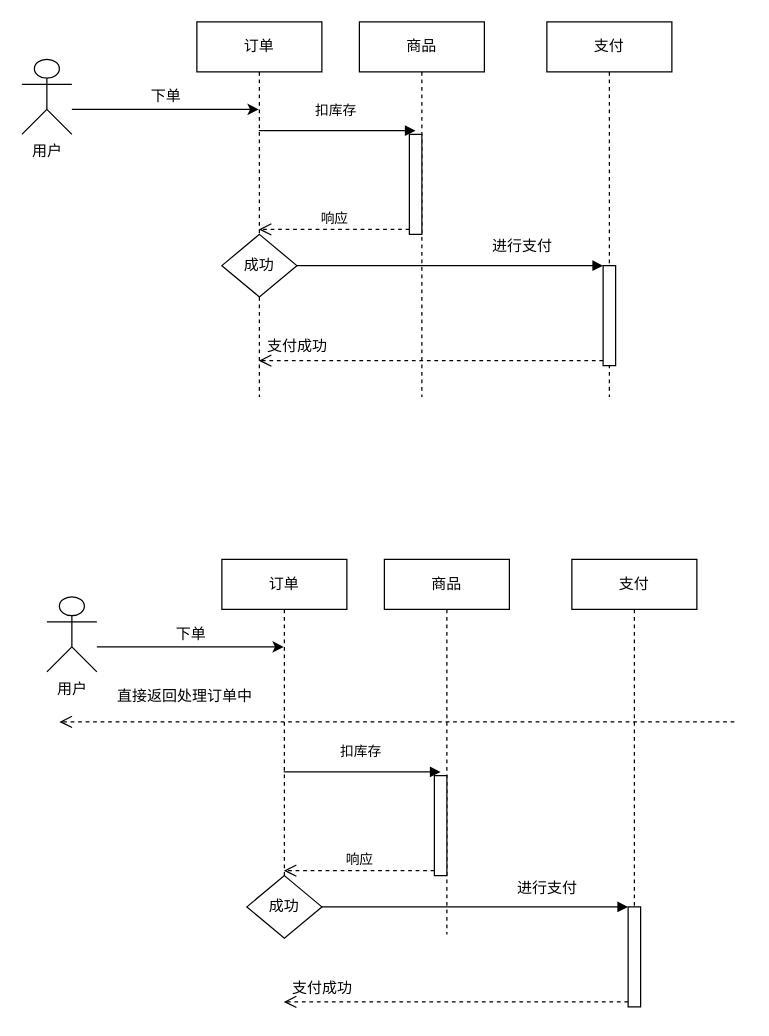
coderwenq/coderwenq.github.io keeps this draw.io diagram as page "Page-1" (1 of 2) of about.assets/Untitled Diagram.drawio. Above is the earlier version. Source tidied: cells renumbered, new cells numbered last; positions are measured from the earlier drawing's top-left corner, leaving out a move shared by most shapes. Both pictures are drawn from the tidied source at 125%, with x=0, y=0 at pixel (21, 21).
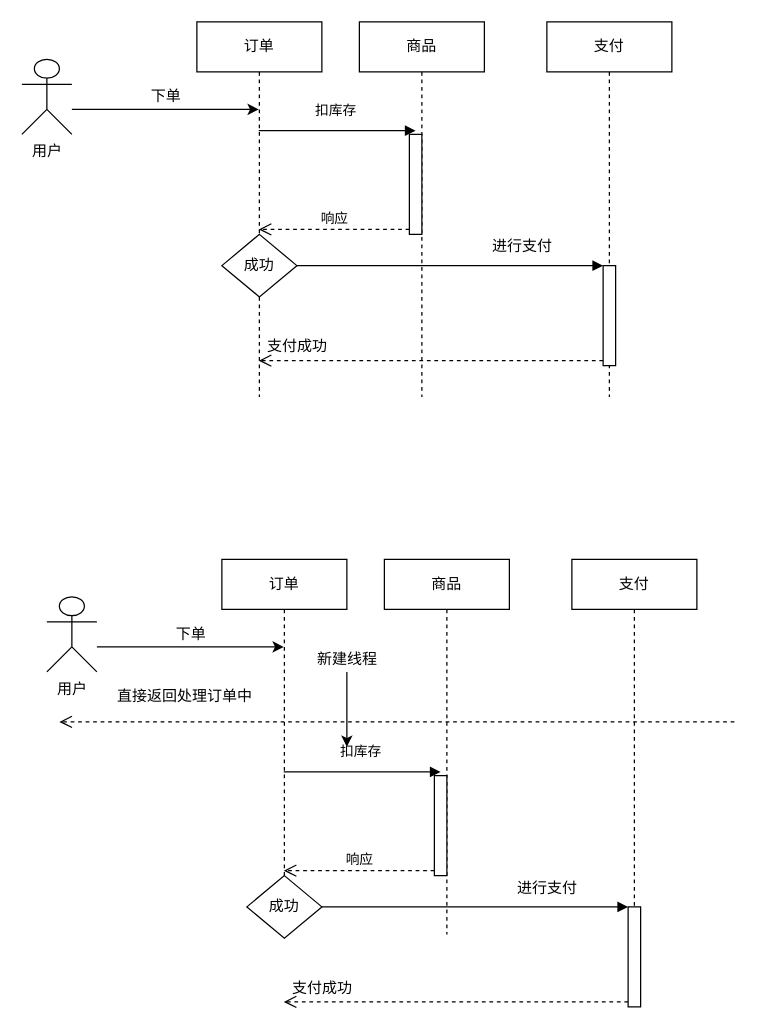
Above is the later version.

Diff of the diagram source:
```diff
@@
+    <mxCell id="34" style="edgeStyle=orthogonalEdgeStyle;rounded=0;jettySize=auto;html=1;" parent="1" edge="1" source="35">
+      <mxGeometry relative="1" as="geometry">
+        <mxPoint x="260" y="580" as="targetPoint" />
+      </mxGeometry>
+    </mxCell>
+    <mxCell id="35" value="新建线程" style="text;html=1;align=center;verticalAlign=middle;points=[];" parent="1" vertex="1">
+      <mxGeometry x="230" y="500" width="60" height="20" as="geometry" />
+    </mxCell>
```
